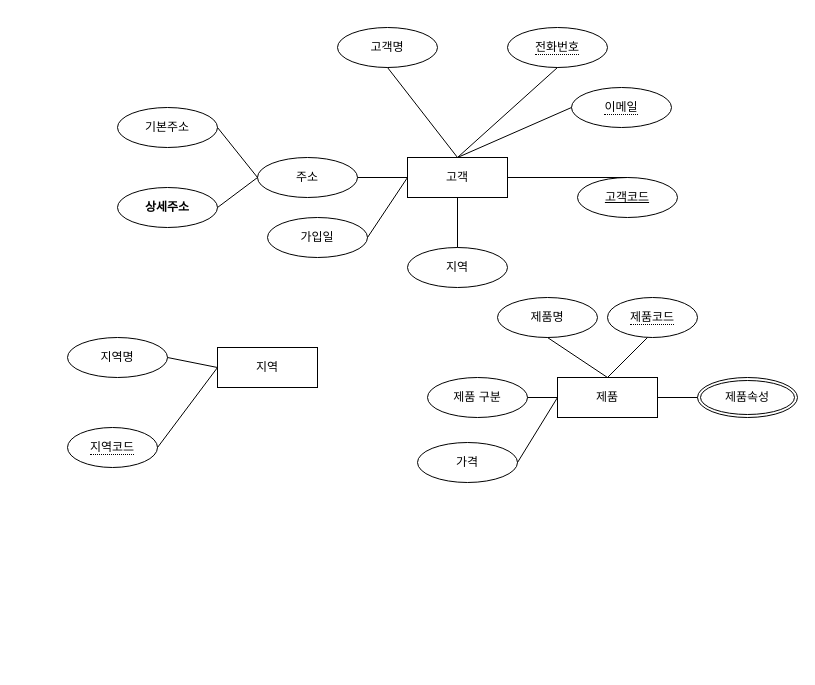
c42khkim/erd keeps this draw.io diagram as 제목 없는 다이어그램.drawio. Above is the earlier version. Source tidied: cells renumbered, new cells numbered last; positions are measured from the earlier drawing's top-left corner, leaving out a move shared by most shapes. Both pictures are drawn from the tidied source at 100%, with x=0, y=0 at pixel (67, 27).
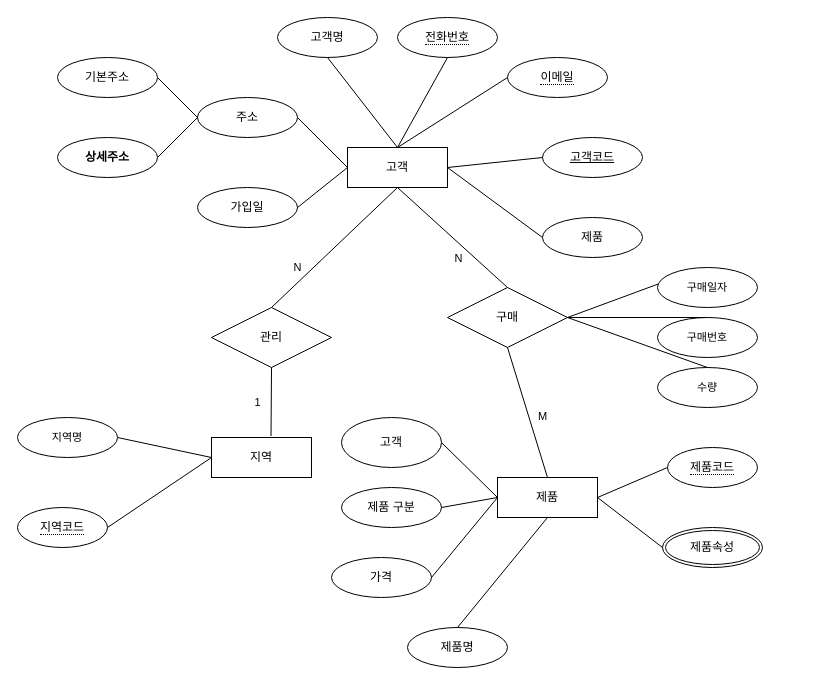
The same page after the edit.

Commit message (it also covers changes not shown here):
제목 없는 다이어그램.drawio 업데이트

Diff of the diagram source:
```diff
@@
     <mxCell id="2" value="고객" style="whiteSpace=wrap;html=1;align=center;" parent="1" vertex="1">
-      <mxGeometry x="340" y="130" width="100" height="40" as="geometry" />
+      <mxGeometry x="280" y="120" width="100" height="40" as="geometry" />
     </mxCell>
     <mxCell id="3" value="&lt;span style=&quot;border-bottom: 1px dotted&quot;&gt;이메일&lt;/span&gt;" style="ellipse;whiteSpace=wrap;html=1;align=center;" parent="1" vertex="1">
-      <mxGeometry x="504" y="60" width="100" height="40" as="geometry" />
+      <mxGeometry x="440" y="30" width="100" height="40" as="geometry" />
     </mxCell>
     <mxCell id="4" value="&lt;span style=&quot;border-bottom: 1px dotted&quot;&gt;전화번호&lt;/span&gt;" style="ellipse;whiteSpace=wrap;html=1;align=center;" parent="1" vertex="1">
-      <mxGeometry x="440" width="100" height="40" as="geometry" />
+      <mxGeometry x="330" y="-10" width="100" height="40" as="geometry" />
     </mxCell>
     <mxCell id="5" value="고객명" style="ellipse;whiteSpace=wrap;html=1;align=center;" parent="1" vertex="1">
-      <mxGeometry x="270" width="100" height="40" as="geometry" />
+      <mxGeometry x="210" y="-10" width="100" height="40" as="geometry" />
     </mxCell>
     <mxCell id="6" value="고객코드" style="ellipse;whiteSpace=wrap;html=1;align=center;fontStyle=4;" parent="1" vertex="1">
-      <mxGeometry x="510" y="150" width="100" height="40" as="geometry" />
+      <mxGeometry x="475" y="110" width="100" height="40" as="geometry" />
     </mxCell>
     <mxCell id="7" style="endArrow=none;html=1;rounded=0;exitX=0.5;exitY=1;exitDx=0;exitDy=0;" parent="1" edge="1" source="5">
       <mxGeometry relative="1" as="geometry">
-        <mxPoint x="390" y="130" as="targetPoint" />
+        <mxPoint x="330" y="120" as="targetPoint" />
       </mxGeometry>
     </mxCell>
     <mxCell id="8" style="endArrow=none;html=1;rounded=0;exitX=0.5;exitY=1;exitDx=0;exitDy=0;" parent="1" edge="1" source="4">
       <mxGeometry relative="1" as="geometry">
-        <mxPoint x="390" y="130" as="targetPoint" />
+        <mxPoint x="330" y="120" as="targetPoint" />
       </mxGeometry>
     </mxCell>
@@
-    <mxCell id="10" style="endArrow=none;html=1;rounded=0;exitX=0.5;exitY=0;exitDx=0;exitDy=0;entryX=1;entryY=0.5;entryDx=0;entryDy=0;" parent="1" edge="1" source="6" target="2">
+    <mxCell id="10" style="endArrow=none;html=1;rounded=0;exitX=0;exitY=0.5;exitDx=0;exitDy=0;entryX=1;entryY=0.5;entryDx=0;entryDy=0;" parent="1" edge="1" source="6" target="2">
       <mxGeometry relative="1" as="geometry" />
     </mxCell>
     <mxCell id="11" value="주소" style="ellipse;whiteSpace=wrap;html=1;align=center;" parent="1" vertex="1">
-      <mxGeometry x="190" y="130" width="100" height="40" as="geometry" />
+      <mxGeometry x="130" y="70" width="100" height="40" as="geometry" />
     </mxCell>
@@
     <mxCell id="13" value="기본주소" style="ellipse;whiteSpace=wrap;html=1;align=center;" parent="1" vertex="1">
-      <mxGeometry x="50" y="80" width="100" height="40" as="geometry" />
+      <mxGeometry x="-10" y="30" width="100" height="40" as="geometry" />
     </mxCell>
@@
     <mxCell id="15" value="상세주소" style="ellipse;whiteSpace=wrap;html=1;align=center;fontStyle=1;" parent="1" vertex="1">
-      <mxGeometry x="50" y="160" width="100" height="40" as="geometry" />
+      <mxGeometry x="-10" y="110" width="100" height="40" as="geometry" />
     </mxCell>
@@
     <mxCell id="17" value="가입일" style="ellipse;whiteSpace=wrap;html=1;align=center;" parent="1" vertex="1">
-      <mxGeometry x="200" y="190" width="100" height="40" as="geometry" />
+      <mxGeometry x="130" y="160" width="100" height="40" as="geometry" />
     </mxCell>
@@
-    <mxCell id="19" value="지역" style="ellipse;whiteSpace=wrap;html=1;align=center;" parent="1" vertex="1">
-      <mxGeometry x="340" y="220" width="100" height="40" as="geometry" />
-    </mxCell>
-    <mxCell id="20" style="endArrow=none;html=1;rounded=0;exitX=0.5;exitY=0;exitDx=0;exitDy=0;entryX=0;entryY=0.5;entryDx=0;entryDy=0;" parent="1" edge="1" source="19">
-      <mxGeometry relative="1" as="geometry">
-        <mxPoint x="390" y="170" as="targetPoint" />
-      </mxGeometry>
-    </mxCell>
     <mxCell id="21" value="지역" style="whiteSpace=wrap;html=1;align=center;" parent="1" vertex="1">
-      <mxGeometry x="150" y="320" width="100" height="40" as="geometry" />
+      <mxGeometry x="144" y="410" width="100" height="40" as="geometry" />
     </mxCell>
-    <mxCell id="22" value="지역명" style="ellipse;whiteSpace=wrap;html=1;align=center;" parent="1" vertex="1">
-      <mxGeometry y="310" width="100" height="40" as="geometry" />
+    <mxCell id="22" value="지역명" style="ellipse;whiteSpace=wrap;html=1;align=center;rounded=0;strokeColor=default;verticalAlign=middle;fontFamily=Helvetica;fontSize=11;fontColor=default;labelBackgroundColor=default;fillColor=default;" parent="1" vertex="1">
+      <mxGeometry x="-50" y="390" width="100" height="40" as="geometry" />
     </mxCell>
     <mxCell id="23" style="endArrow=none;html=1;rounded=0;exitX=1;exitY=0.5;exitDx=0;exitDy=0;entryX=0;entryY=0.5;entryDx=0;entryDy=0;" parent="1" edge="1" target="21">
       <mxGeometry relative="1" as="geometry">
-        <mxPoint x="100" y="330" as="sourcePoint" />
+        <mxPoint x="50" y="410" as="sourcePoint" />
       </mxGeometry>
     </mxCell>
     <mxCell id="24" value="&lt;span style=&quot;border-bottom: 1px dotted&quot;&gt;지역코드&lt;/span&gt;" style="ellipse;whiteSpace=wrap;html=1;align=center;" parent="1" vertex="1">
-      <mxGeometry y="400" width="90" height="40" as="geometry" />
+      <mxGeometry x="-50" y="480" width="90" height="40" as="geometry" />
     </mxCell>
@@
     <mxCell id="26" value="제품" style="whiteSpace=wrap;html=1;align=center;" parent="1" vertex="1">
-      <mxGeometry x="490" y="350" width="100" height="40" as="geometry" />
+      <mxGeometry x="430" y="450" width="100" height="40" as="geometry" />
     </mxCell>
     <mxCell id="27" value="제품명" style="ellipse;whiteSpace=wrap;html=1;align=center;" parent="1" vertex="1">
-      <mxGeometry x="430" y="270" width="100" height="40" as="geometry" />
+      <mxGeometry x="340" y="600" width="100" height="40" as="geometry" />
     </mxCell>
-    <mxCell id="28" style="endArrow=none;html=1;rounded=0;entryX=0;entryY=0.5;entryDx=0;entryDy=0;exitX=0.5;exitY=1;exitDx=0;exitDy=0;" parent="1" edge="1" source="27">
-      <mxGeometry relative="1" as="geometry">
-        <mxPoint x="540" y="350" as="targetPoint" />
-      </mxGeometry>
+    <mxCell id="28" style="endArrow=none;html=1;rounded=0;exitX=0.5;exitY=0;exitDx=0;exitDy=0;entryX=0.5;entryY=1;entryDx=0;entryDy=0;" parent="1" edge="1" source="27" target="26">
+      <mxGeometry relative="1" as="geometry" />
     </mxCell>
     <mxCell id="29" value="&lt;span style=&quot;border-bottom: 1px dotted&quot;&gt;제품코드&lt;/span&gt;" style="ellipse;whiteSpace=wrap;html=1;align=center;" parent="1" vertex="1">
-      <mxGeometry x="540" y="270" width="90" height="40" as="geometry" />
+      <mxGeometry x="600" y="420" width="90" height="40" as="geometry" />
     </mxCell>
-    <mxCell id="30" style="endArrow=none;html=1;rounded=0;exitX=1;exitY=0.5;exitDx=0;exitDy=0;strokeColor=default;align=center;verticalAlign=middle;fontFamily=Helvetica;fontSize=11;fontColor=default;labelBackgroundColor=default;" parent="1" edge="1">
-      <mxGeometry relative="1" as="geometry">
-        <mxPoint x="540" y="350" as="sourcePoint" />
-        <mxPoint x="580" y="310" as="targetPoint" />
-      </mxGeometry>
+    <mxCell id="30" style="endArrow=none;html=1;rounded=0;strokeColor=default;align=center;verticalAlign=middle;fontFamily=Helvetica;fontSize=11;fontColor=default;labelBackgroundColor=default;entryX=0;entryY=0.5;entryDx=0;entryDy=0;exitX=1;exitY=0.5;exitDx=0;exitDy=0;" parent="1" edge="1" source="26" target="29">
+      <mxGeometry relative="1" as="geometry" />
     </mxCell>
     <mxCell id="31" value="제품 구분" style="ellipse;whiteSpace=wrap;html=1;align=center;" parent="1" vertex="1">
-      <mxGeometry x="360" y="350" width="100" height="40" as="geometry" />
+      <mxGeometry x="274" y="460" width="100" height="40" as="geometry" />
     </mxCell>
-    <mxCell id="32" style="endArrow=none;html=1;rounded=0;entryX=0;entryY=0.5;entryDx=0;entryDy=0;exitX=0.5;exitY=1;exitDx=0;exitDy=0;" parent="1" edge="1" target="26">
-      <mxGeometry relative="1" as="geometry">
-        <mxPoint x="460" y="370" as="sourcePoint" />
-      </mxGeometry>
+    <mxCell id="32" style="endArrow=none;html=1;rounded=0;entryX=0;entryY=0.5;entryDx=0;entryDy=0;exitX=1;exitY=0.5;exitDx=0;exitDy=0;" parent="1" edge="1" source="31" target="26">
+      <mxGeometry relative="1" as="geometry" />
     </mxCell>
     <mxCell id="33" value="가격" style="ellipse;whiteSpace=wrap;html=1;align=center;" parent="1" vertex="1">
-      <mxGeometry x="350" y="415" width="100" height="40" as="geometry" />
+      <mxGeometry x="264" y="530" width="100" height="40" as="geometry" />
     </mxCell>
@@
     <mxCell id="35" value="제품속성" style="ellipse;shape=doubleEllipse;margin=3;whiteSpace=wrap;html=1;align=center;" parent="1" vertex="1">
-      <mxGeometry x="630" y="350" width="100" height="40" as="geometry" />
+      <mxGeometry x="595" y="500" width="100" height="40" as="geometry" />
     </mxCell>
-    <mxCell id="36" style="endArrow=none;html=1;rounded=0;exitX=1;exitY=0.5;exitDx=0;exitDy=0;strokeColor=default;align=center;verticalAlign=middle;fontFamily=Helvetica;fontSize=11;fontColor=default;labelBackgroundColor=default;entryX=0;entryY=0.5;entryDx=0;entryDy=0;" parent="1" edge="1" target="35">
-      <mxGeometry relative="1" as="geometry">
-        <mxPoint x="590" y="370" as="sourcePoint" />
-      </mxGeometry>
+    <mxCell id="36" style="endArrow=none;html=1;rounded=0;exitX=1;exitY=0.5;exitDx=0;exitDy=0;strokeColor=default;align=center;verticalAlign=middle;fontFamily=Helvetica;fontSize=11;fontColor=default;labelBackgroundColor=default;entryX=0;entryY=0.5;entryDx=0;entryDy=0;" parent="1" edge="1" source="26" target="35">
+      <mxGeometry relative="1" as="geometry" />
     </mxCell>
+    <mxCell id="37" value="구매번호" style="ellipse;whiteSpace=wrap;html=1;align=center;rounded=0;strokeColor=default;verticalAlign=middle;fontFamily=Helvetica;fontSize=11;fontColor=default;labelBackgroundColor=default;fillColor=default;" parent="1" vertex="1">
+      <mxGeometry x="590" y="290" width="100" height="40" as="geometry" />
+    </mxCell>
+    <mxCell id="38" style="endArrow=none;html=1;rounded=0;exitX=1;exitY=0.5;exitDx=0;exitDy=0;entryX=0.44;entryY=0.013;entryDx=0;entryDy=0;entryPerimeter=0;" parent="1" edge="1" source="48" target="52">
+      <mxGeometry relative="1" as="geometry" />
+    </mxCell>
+    <mxCell id="39" value="고객" style="ellipse;whiteSpace=wrap;html=1;align=center;" parent="1" vertex="1">
+      <mxGeometry x="274" y="390" width="100" height="50" as="geometry" />
+    </mxCell>
+    <mxCell id="40" style="endArrow=none;html=1;rounded=0;entryX=0;entryY=0.5;entryDx=0;entryDy=0;exitX=1;exitY=0.5;exitDx=0;exitDy=0;" parent="1" edge="1" source="39" target="26">
+      <mxGeometry relative="1" as="geometry" />
+    </mxCell>
+    <mxCell id="41" value="제품" style="ellipse;whiteSpace=wrap;html=1;align=center;" parent="1" vertex="1">
+      <mxGeometry x="475" y="190" width="100" height="40" as="geometry" />
+    </mxCell>
+    <mxCell id="42" style="endArrow=none;html=1;rounded=0;exitX=0;exitY=0.5;exitDx=0;exitDy=0;entryX=1;entryY=0.5;entryDx=0;entryDy=0;" parent="1" edge="1" source="41" target="2">
+      <mxGeometry relative="1" as="geometry" />
+    </mxCell>
+    <mxCell id="43" style="endArrow=none;html=1;rounded=0;entryX=0.5;entryY=0;entryDx=0;entryDy=0;exitX=0.5;exitY=1;exitDx=0;exitDy=0;" parent="1" edge="1" source="2" target="45">
+      <mxGeometry relative="1" as="geometry" />
+    </mxCell>
+    <mxCell id="44" value="N" style="edgeLabel;html=1;align=center;verticalAlign=middle;" parent="43" vertex="1">
+      <mxGeometry x="0.49" y="4" relative="1" as="geometry">
+        <mxPoint x="-9" y="-13" as="offset" />
+      </mxGeometry>
+    </mxCell>
+    <mxCell id="45" value="관리" style="shape=rhombus;perimeter=rhombusPerimeter;whiteSpace=wrap;html=1;align=center;" parent="1" vertex="1">
+      <mxGeometry x="144" y="280" width="120" height="60" as="geometry" />
+    </mxCell>
+    <mxCell id="46" style="endArrow=none;html=1;rounded=0;entryX=0.595;entryY=-0.037;entryDx=0;entryDy=0;exitX=0.5;exitY=1;exitDx=0;exitDy=0;entryPerimeter=0;" parent="1" edge="1" source="45" target="21">
+      <mxGeometry relative="1" as="geometry" />
+    </mxCell>
+    <mxCell id="47" value="1" style="edgeLabel;html=1;align=center;verticalAlign=middle;" parent="46" vertex="1">
+      <mxGeometry x="0.18" relative="1" as="geometry">
+        <mxPoint x="-14" y="-5" as="offset" />
+      </mxGeometry>
+    </mxCell>
+    <mxCell id="48" value="구매" style="shape=rhombus;perimeter=rhombusPerimeter;whiteSpace=wrap;html=1;align=center;" parent="1" vertex="1">
+      <mxGeometry x="380" y="260" width="120" height="60" as="geometry" />
+    </mxCell>
+    <mxCell id="49" style="endArrow=none;html=1;rounded=0;entryX=0.5;entryY=1;entryDx=0;entryDy=0;" parent="1" edge="1" target="2">
+      <mxGeometry relative="1" as="geometry">
+        <mxPoint x="440" y="260" as="sourcePoint" />
+      </mxGeometry>
+    </mxCell>
+    <mxCell id="50" value="N" style="edgeLabel;html=1;align=center;verticalAlign=middle;" parent="49" vertex="1">
+      <mxGeometry x="-0.29" y="1" relative="1" as="geometry">
+        <mxPoint x="-10" y="5" as="offset" />
+      </mxGeometry>
+    </mxCell>
+    <mxCell id="51" value="수량" style="ellipse;whiteSpace=wrap;html=1;align=center;rounded=0;strokeColor=default;verticalAlign=middle;fontFamily=Helvetica;fontSize=11;fontColor=default;labelBackgroundColor=default;fillColor=default;" parent="1" vertex="1">
+      <mxGeometry x="590" y="340" width="100" height="40" as="geometry" />
+    </mxCell>
+    <mxCell id="52" value="구매일자" style="ellipse;whiteSpace=wrap;html=1;align=center;rounded=0;strokeColor=default;verticalAlign=middle;fontFamily=Helvetica;fontSize=11;fontColor=default;labelBackgroundColor=default;fillColor=default;" parent="1" vertex="1">
+      <mxGeometry x="590" y="240" width="100" height="40" as="geometry" />
+    </mxCell>
+    <mxCell id="53" style="endArrow=none;html=1;rounded=0;exitX=1;exitY=0.5;exitDx=0;exitDy=0;entryX=0.5;entryY=0;entryDx=0;entryDy=0;" parent="1" edge="1" source="48" target="51">
+      <mxGeometry relative="1" as="geometry" />
+    </mxCell>
+    <mxCell id="54" style="endArrow=none;html=1;rounded=0;entryX=0.5;entryY=0;entryDx=0;entryDy=0;" parent="1" edge="1" source="48" target="37">
+      <mxGeometry relative="1" as="geometry" />
+    </mxCell>
+    <mxCell id="55" style="endArrow=none;html=1;rounded=0;exitX=0.5;exitY=1;exitDx=0;exitDy=0;entryX=0.5;entryY=0;entryDx=0;entryDy=0;" parent="1" edge="1" source="48" target="26">
+      <mxGeometry relative="1" as="geometry" />
+    </mxCell>
+    <mxCell id="56" value="M" style="edgeLabel;html=1;align=center;verticalAlign=middle;" parent="55" vertex="1">
+      <mxGeometry x="0.03" y="2" relative="1" as="geometry">
+        <mxPoint x="12" y="2" as="offset" />
+      </mxGeometry>
+    </mxCell>
```
